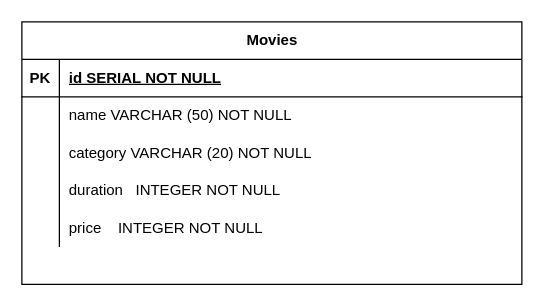
Lih3006/Teste--Git-flow keeps this draw.io diagram as Diagrama sem nome.drawio. Above is the earlier version. Source tidied: cells renumbered, new cells numbered last; positions are measured from the earlier drawing's top-left corner, leaving out a move shared by most shapes. Both pictures are drawn from the tidied source at 125%, with x=0, y=0 at pixel (21, 21).
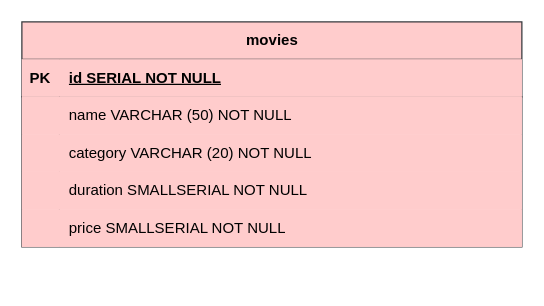
The same diagram, later.

Commit message:
Final Movies Table

Change to the diagram source:
```diff
@@
 <mxGraphModel>
   <root>
     <mxCell id="0" />
     <mxCell id="1" parent="0" />
-    <mxCell id="2" value="Movies" style="shape=table;startSize=30;childLayout=tableLayout;rowLines=0;fontStyle=1;align=center;html=1;" parent="1" vertex="1">
-      <mxGeometry width="400" height="210" as="geometry" />
+    <mxCell id="2" value="movies" style="shape=table;startSize=30;childLayout=tableLayout;rowLines=0;fontStyle=1;align=center;html=1;fillColor=#ffcccc;strokeColor=#36393d;fontColor=#000000;" parent="1" vertex="1">
+      <mxGeometry width="400" height="180" as="geometry" />
     </mxCell>
-    <mxCell id="3" style="shape=tableRow;horizontal=0;startSize=0;swimlaneHead=0;swimlaneBody=0;fillColor=none;top=0;left=0;right=0;bottom=1;" parent="2" vertex="1">
+    <mxCell id="3" style="shape=tableRow;horizontal=0;startSize=0;swimlaneHead=0;swimlaneBody=0;top=0;left=0;right=0;bottom=1;fillColor=#ffcccc;strokeColor=#36393d;fontColor=#000000;" parent="2" vertex="1">
       <mxGeometry y="30" width="400" height="30" as="geometry" />
     </mxCell>
-    <mxCell id="4" value="PK" style="shape=partialRectangle;fillColor=none;top=0;left=0;bottom=0;right=0;fontStyle=1;overflow=hidden;whiteSpace=wrap;html=1;" parent="3" vertex="1">
+    <mxCell id="4" value="PK" style="shape=partialRectangle;top=0;left=0;bottom=0;right=0;fontStyle=1;overflow=hidden;whiteSpace=wrap;html=1;fillColor=#ffcccc;strokeColor=#36393d;fontColor=#000000;" parent="3" vertex="1">
       <mxGeometry width="30" height="30" as="geometry" />
     </mxCell>
-    <mxCell id="5" value="id SERIAL NOT NULL" style="shape=partialRectangle;fillColor=none;top=0;left=0;bottom=0;right=0;align=left;spacingLeft=6;fontStyle=5;overflow=hidden;whiteSpace=wrap;html=1;" parent="3" vertex="1">
+    <mxCell id="5" value="id SERIAL NOT NULL" style="shape=partialRectangle;top=0;left=0;bottom=0;right=0;align=left;spacingLeft=6;fontStyle=5;overflow=hidden;whiteSpace=wrap;html=1;fillColor=#ffcccc;strokeColor=#36393d;fontColor=#000000;" parent="3" vertex="1">
       <mxGeometry x="30" width="370" height="30" as="geometry" />
     </mxCell>
-    <mxCell id="6" style="shape=tableRow;horizontal=0;startSize=0;swimlaneHead=0;swimlaneBody=0;fillColor=none;top=0;left=0;right=0;bottom=0;" parent="2" vertex="1">
+    <mxCell id="6" style="shape=tableRow;horizontal=0;startSize=0;swimlaneHead=0;swimlaneBody=0;top=0;left=0;right=0;bottom=0;fillColor=#ffcccc;strokeColor=#36393d;fontColor=#000000;" parent="2" vertex="1">
       <mxGeometry y="60" width="400" height="30" as="geometry" />
     </mxCell>
-    <mxCell id="7" style="shape=partialRectangle;fillColor=none;top=0;left=0;bottom=0;right=0;overflow=hidden;whiteSpace=wrap;html=1;" parent="6" vertex="1">
+    <mxCell id="7" style="shape=partialRectangle;top=0;left=0;bottom=0;right=0;overflow=hidden;whiteSpace=wrap;html=1;fillColor=#ffcccc;strokeColor=#36393d;fontColor=#000000;" parent="6" vertex="1">
       <mxGeometry width="30" height="30" as="geometry" />
     </mxCell>
-    <mxCell id="8" value="name VARCHAR (50) NOT NULL" style="shape=partialRectangle;fillColor=none;top=0;left=0;bottom=0;right=0;align=left;spacingLeft=6;overflow=hidden;whiteSpace=wrap;html=1;" parent="6" vertex="1">
+    <mxCell id="8" value="name VARCHAR (50) NOT NULL" style="shape=partialRectangle;top=0;left=0;bottom=0;right=0;align=left;spacingLeft=6;overflow=hidden;whiteSpace=wrap;html=1;fillColor=#ffcccc;strokeColor=#36393d;fontColor=#000000;" parent="6" vertex="1">
       <mxGeometry x="30" width="370" height="30" as="geometry" />
     </mxCell>
-    <mxCell id="9" style="shape=tableRow;horizontal=0;startSize=0;swimlaneHead=0;swimlaneBody=0;fillColor=none;top=0;left=0;right=0;bottom=0;" parent="2" vertex="1">
+    <mxCell id="9" style="shape=tableRow;horizontal=0;startSize=0;swimlaneHead=0;swimlaneBody=0;top=0;left=0;right=0;bottom=0;fillColor=#ffcccc;strokeColor=#36393d;fontColor=#000000;" parent="2" vertex="1">
       <mxGeometry y="90" width="400" height="30" as="geometry" />
     </mxCell>
-    <mxCell id="10" style="shape=partialRectangle;fillColor=none;top=0;left=0;bottom=0;right=0;overflow=hidden;whiteSpace=wrap;html=1;" parent="9" vertex="1">
+    <mxCell id="10" style="shape=partialRectangle;top=0;left=0;bottom=0;right=0;overflow=hidden;whiteSpace=wrap;html=1;fillColor=#ffcccc;strokeColor=#36393d;fontColor=#000000;" parent="9" vertex="1">
       <mxGeometry width="30" height="30" as="geometry" />
     </mxCell>
-    <mxCell id="11" value="category VARCHAR (20) NOT NULL" style="shape=partialRectangle;fillColor=none;top=0;left=0;bottom=0;right=0;align=left;spacingLeft=6;overflow=hidden;whiteSpace=wrap;html=1;" parent="9" vertex="1">
+    <mxCell id="11" value="category VARCHAR (20) NOT NULL" style="shape=partialRectangle;top=0;left=0;bottom=0;right=0;align=left;spacingLeft=6;overflow=hidden;whiteSpace=wrap;html=1;fillColor=#ffcccc;strokeColor=#36393d;fontColor=#000000;" parent="9" vertex="1">
       <mxGeometry x="30" width="370" height="30" as="geometry" />
     </mxCell>
-    <mxCell id="12" style="shape=tableRow;horizontal=0;startSize=0;swimlaneHead=0;swimlaneBody=0;fillColor=none;top=0;left=0;right=0;bottom=0;" parent="2" vertex="1">
+    <mxCell id="12" style="shape=tableRow;horizontal=0;startSize=0;swimlaneHead=0;swimlaneBody=0;top=0;left=0;right=0;bottom=0;fillColor=#ffcccc;strokeColor=#36393d;fontColor=#000000;" parent="2" vertex="1">
       <mxGeometry y="120" width="400" height="30" as="geometry" />
     </mxCell>
-    <mxCell id="13" style="shape=partialRectangle;fillColor=none;top=0;left=0;bottom=0;right=0;overflow=hidden;whiteSpace=wrap;html=1;" parent="12" vertex="1">
+    <mxCell id="13" style="shape=partialRectangle;top=0;left=0;bottom=0;right=0;overflow=hidden;whiteSpace=wrap;html=1;fillColor=#ffcccc;strokeColor=#36393d;fontColor=#000000;" parent="12" vertex="1">
       <mxGeometry width="30" height="30" as="geometry" />
     </mxCell>
-    <mxCell id="14" value="duration&amp;nbsp; &amp;nbsp;INTEGER NOT NULL" style="shape=partialRectangle;fillColor=none;top=0;left=0;bottom=0;right=0;align=left;spacingLeft=6;overflow=hidden;whiteSpace=wrap;html=1;" parent="12" vertex="1">
+    <mxCell id="14" value="duration SMALLSERIAL NOT NULL" style="shape=partialRectangle;top=0;left=0;bottom=0;right=0;align=left;spacingLeft=6;overflow=hidden;whiteSpace=wrap;html=1;fillColor=#ffcccc;strokeColor=#36393d;fontColor=#000000;" parent="12" vertex="1">
       <mxGeometry x="30" width="370" height="30" as="geometry" />
     </mxCell>
-    <mxCell id="15" style="shape=tableRow;horizontal=0;startSize=0;swimlaneHead=0;swimlaneBody=0;fillColor=none;top=0;left=0;right=0;bottom=0;" parent="2" vertex="1">
+    <mxCell id="15" style="shape=tableRow;horizontal=0;startSize=0;swimlaneHead=0;swimlaneBody=0;top=0;left=0;right=0;bottom=0;fillColor=#ffcccc;strokeColor=#36393d;fontColor=#000000;" parent="2" vertex="1">
       <mxGeometry y="150" width="400" height="30" as="geometry" />
     </mxCell>
-    <mxCell id="16" style="shape=partialRectangle;fillColor=none;top=0;left=0;bottom=0;right=0;overflow=hidden;whiteSpace=wrap;html=1;" parent="15" vertex="1">
+    <mxCell id="16" style="shape=partialRectangle;top=0;left=0;bottom=0;right=0;overflow=hidden;whiteSpace=wrap;html=1;fillColor=#ffcccc;strokeColor=#36393d;fontColor=#000000;" parent="15" vertex="1">
       <mxGeometry width="30" height="30" as="geometry" />
     </mxCell>
-    <mxCell id="17" value="price&amp;nbsp;&amp;nbsp;&amp;nbsp;&amp;nbsp;INTEGER NOT NULL" style="shape=partialRectangle;fillColor=none;top=0;left=0;bottom=0;right=0;align=left;spacingLeft=6;overflow=hidden;whiteSpace=wrap;html=1;" parent="15" vertex="1">
+    <mxCell id="17" value="price SMALLSERIAL NOT NULL" style="shape=partialRectangle;top=0;left=0;bottom=0;right=0;align=left;spacingLeft=6;overflow=hidden;whiteSpace=wrap;html=1;fillColor=#ffcccc;strokeColor=#36393d;fontColor=#000000;" parent="15" vertex="1">
       <mxGeometry x="30" width="370" height="30" as="geometry" />
     </mxCell>
   </root>
 </mxGraphModel>
```
